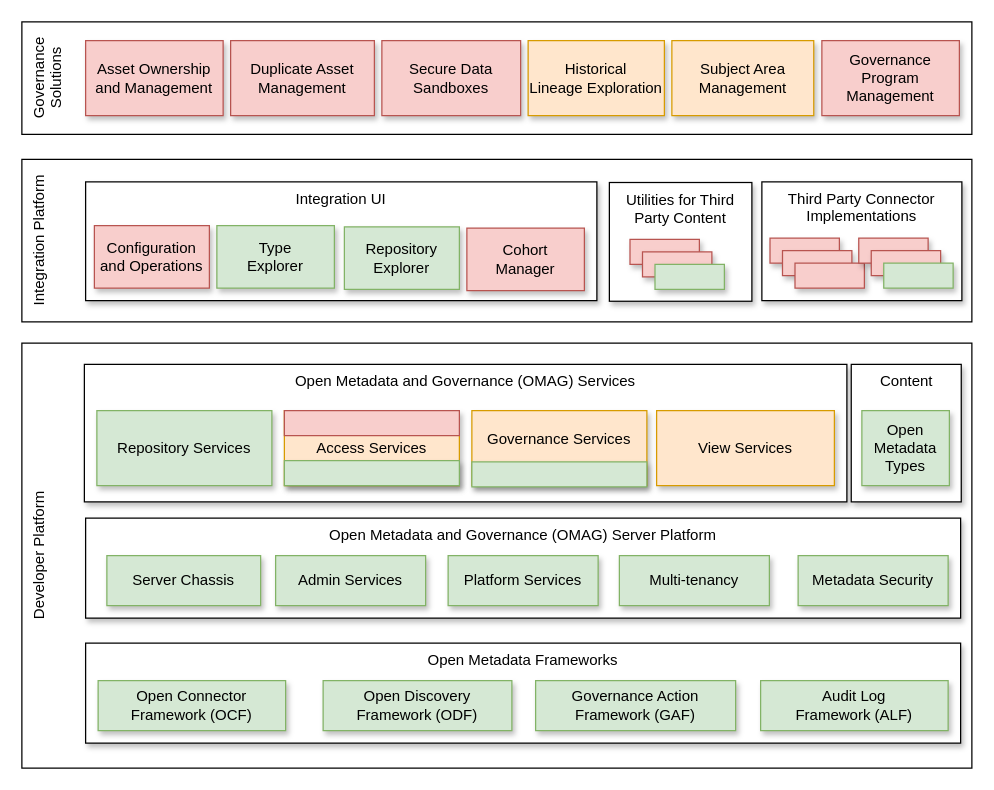
Earlier version of the draw.io diagram page "release-1-5" (5 of 13) of open-metadata-publication/website/roadmap/egeria-status.drawio (odpi/egeria). Source tidied: cells renumbered, new cells numbered last; positions are measured from the earlier drawing's top-left corner, leaving out a move shared by most shapes. Both pictures are drawn from the tidied source at 125%, with x=0, y=0 at pixel (21, 21).
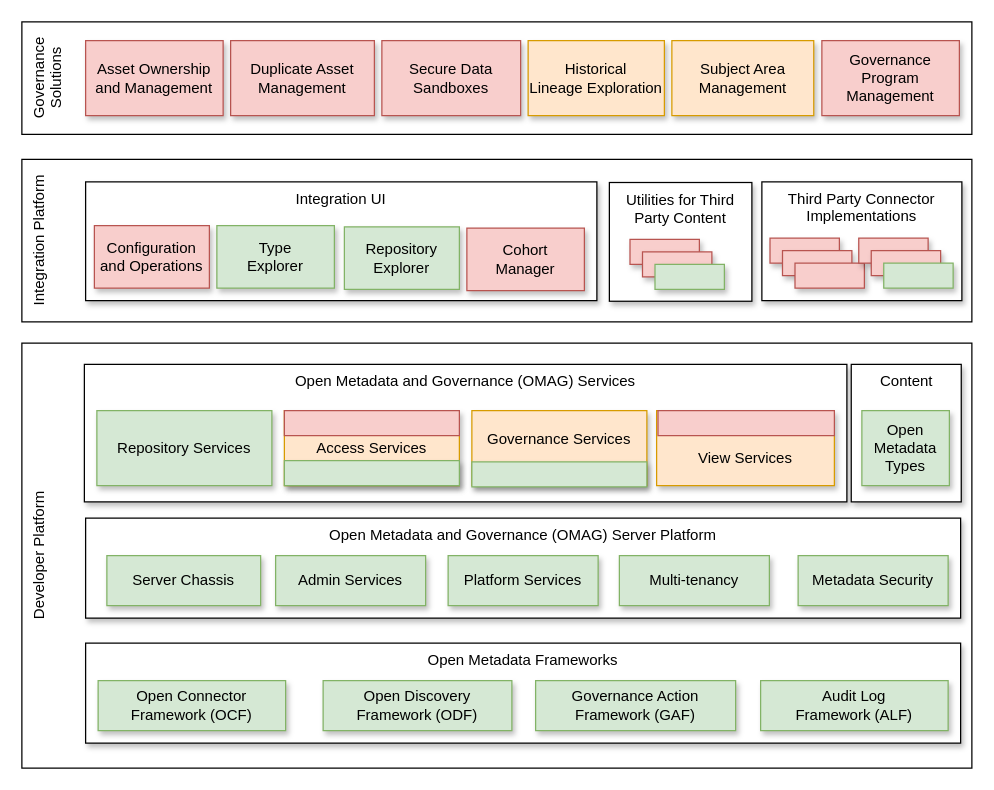
The same page after the edit.

Change to the diagram source:
```diff
@@
-    <mxCell id="23" value="View Services" style="rounded=0;whiteSpace=wrap;html=1;align=center;flipH=0;flipV=1;shadow=1;fillColor=#ffe6cc;strokeColor=#d79b00;" parent="1" vertex="1">
+    <mxCell id="23" value="&lt;br&gt;View Services" style="rounded=0;whiteSpace=wrap;html=1;align=center;flipH=0;flipV=1;shadow=1;fillColor=#ffe6cc;strokeColor=#d79b00;" parent="1" vertex="1">
       <mxGeometry x="507.8" y="311" width="142.2" height="60" as="geometry" />
     </mxCell>
@@
+    <mxCell id="49" style="rounded=0;whiteSpace=wrap;html=1;align=center;shadow=0;fillColor=#f8cecc;strokeColor=#b85450;" parent="1" vertex="1">
+      <mxGeometry x="508.9" y="311" width="141.1" height="20" as="geometry" />
+    </mxCell>
```
